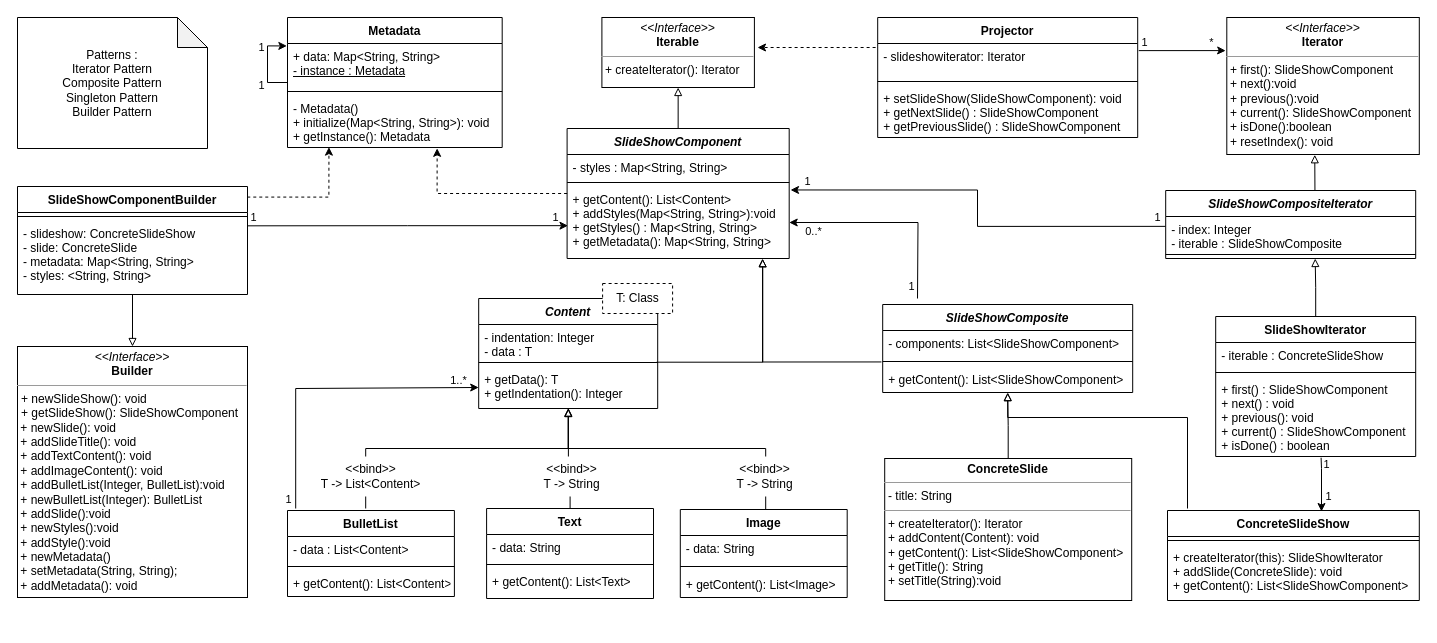
Before: Diagrams/NewDesign/Design without feature/DomainDesign.drawio in maartendekker1998/OU_jabberpoint, a draw.io diagram. Source tidied: cells renumbered, new cells numbered last; positions are measured from the earlier drawing's top-left corner, leaving out a move shared by most shapes. Both pictures are drawn from the tidied source at 100%, with x=0, y=0 at pixel (17, 17).
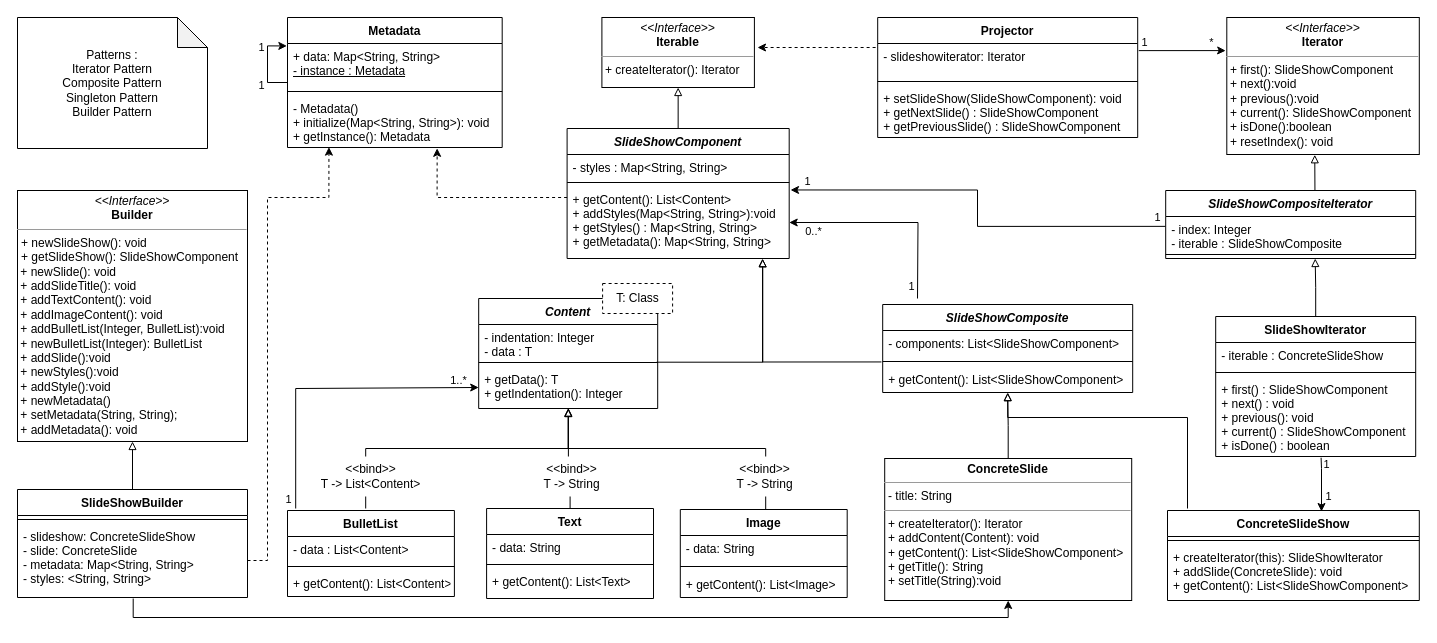
The same page after the edit.

The change refers to these unchanged cells:
```xml
<mxCell id="4" value="SlideShowComponent" style="swimlane;fontStyle=3;align=center;verticalAlign=top;horizontal=1;startSize=26;" parent="1" vertex="1">
  <mxGeometry x="549.6" y="111" width="222.1" height="130" as="geometry" />
</mxCell>
<mxCell id="7" value="+ getContent(): List&lt;Content&gt;&#10;+ addStyles(Map&lt;String, String&gt;):void&#10;+ getStyles() : Map&lt;String, String&gt;&#10;+ getMetadata(): Map&lt;String, String&gt;&#10;" style="text;strokeColor=none;fillColor=none;align=left;verticalAlign=top;spacingLeft=4;spacingRight=4;overflow=hidden;points=[[0,0.5],[1,0.5]];portConstraint=eastwest;" parent="4" vertex="1">
  <mxGeometry y="58" width="222.1" height="72" as="geometry" />
</mxCell>
<mxCell id="11" value="- Metadata()&#10;+ initialize(Map&lt;String, String&gt;): void&#10;+ getInstance(): Metadata" style="text;strokeColor=none;fillColor=none;align=left;verticalAlign=top;spacingLeft=4;spacingRight=4;overflow=hidden;points=[[0,0.5],[1,0.5]];portConstraint=eastwest;" parent="8" vertex="1">
  <mxGeometry y="78" width="214.7" height="52" as="geometry" />
</mxCell>
<mxCell id="82" value="&lt;p style=&quot;margin:0px;margin-top:4px;text-align:center;&quot;&gt;&lt;b&gt;ConcreteSlide&lt;/b&gt;&lt;/p&gt;&lt;hr size=&quot;1&quot;&gt;&lt;p style=&quot;margin:0px;margin-left:4px;&quot;&gt;- title: String&lt;/p&gt;&lt;hr size=&quot;1&quot;&gt;&lt;p style=&quot;margin: 0px 0px 0px 4px;&quot;&gt;+ createIterator(): Iterator&lt;/p&gt;&lt;p style=&quot;margin:0px;margin-left:4px;&quot;&gt;+ addContent(Content): void&lt;/p&gt;&lt;p style=&quot;margin:0px;margin-left:4px;&quot;&gt;+ getContent(): List&amp;lt;SlideShowComponent&amp;gt;&lt;br&gt;&lt;/p&gt;&lt;p style=&quot;margin:0px;margin-left:4px;&quot;&gt;&lt;span style=&quot;background-color: initial;&quot;&gt;+ getTitle(): String&lt;/span&gt;&lt;br&gt;&lt;/p&gt;&lt;p style=&quot;margin:0px;margin-left:4px;&quot;&gt;&lt;span style=&quot;background-color: initial;&quot;&gt;+ setTitle(String):void&lt;/span&gt;&lt;/p&gt;" style="verticalAlign=top;align=left;overflow=fill;fontSize=12;fontFamily=Helvetica;html=1;strokeColor=default;fillColor=default;" parent="1" vertex="1">
  <mxGeometry x="867.2" y="441" width="247" height="142" as="geometry" />
</mxCell>
```

The edit, as a diff of the source:
```diff
@@
     <mxCell id="3" style="edgeStyle=orthogonalEdgeStyle;rounded=0;jettySize=auto;html=1;entryX=0.697;entryY=1.016;entryDx=0;entryDy=0;entryPerimeter=0;dashed=1;endArrow=classic;endFill=1;" parent="1" edge="1" source="4" target="11">
-      <mxGeometry relative="1" as="geometry" />
+      <mxGeometry relative="1" as="geometry">
+        <Array as="points">
+          <mxPoint x="420" y="180" />
+        </Array>
+      </mxGeometry>
     </mxCell>
@@
     <mxCell id="60" value="&lt;p style=&quot;margin:0px;margin-top:4px;text-align:center;&quot;&gt;&lt;i&gt;&amp;lt;&amp;lt;Interface&amp;gt;&amp;gt;&lt;/i&gt;&lt;br&gt;&lt;b&gt;Builder&lt;/b&gt;&lt;/p&gt;&lt;hr size=&quot;1&quot;&gt;&lt;p style=&quot;margin:0px;margin-left:4px;&quot;&gt;+ newSlideShow(): void&lt;/p&gt;&lt;p style=&quot;margin: 0px 0px 0px 4px;&quot;&gt;+ getSlideShow(): SlideShowComponent&lt;br&gt;&lt;/p&gt;&lt;div&gt;&amp;nbsp;+ newSlide(): void&lt;/div&gt;&lt;div&gt;&amp;nbsp;+ addSlideTitle(): void&lt;/div&gt;&lt;div&gt;&amp;nbsp;+ addTextContent(): void&lt;/div&gt;&lt;div&gt;&amp;nbsp;+ addImageContent(): void&lt;/div&gt;&lt;div&gt;&amp;nbsp;+ addBulletList(Integer, BulletList):void&lt;/div&gt;&lt;div&gt;&lt;span style=&quot;background-color: initial;&quot;&gt;&amp;nbsp;+ newBulletList(Integer): BulletList&lt;/span&gt;&lt;span style=&quot;background-color: initial;&quot;&gt;&amp;nbsp;&lt;/span&gt;&lt;/div&gt;&lt;div&gt;&lt;span style=&quot;background-color: initial;&quot;&gt;&amp;nbsp;+ addSlide():void&lt;/span&gt;&lt;br&gt;&lt;/div&gt;&lt;div&gt;&amp;nbsp;+ newStyles():void&lt;/div&gt;&lt;div&gt;&amp;nbsp;+ addStyle():void&lt;/div&gt;&lt;div&gt;&amp;nbsp;+ newMetadata()&lt;/div&gt;&lt;div&gt;&amp;nbsp;+ setMetadata(String, String);&lt;/div&gt;&lt;div&gt;&amp;nbsp;+ addMetadata(): void&lt;/div&gt;" style="verticalAlign=top;align=left;overflow=fill;fontSize=12;fontFamily=Helvetica;html=1;" parent="1" vertex="1">
-      <mxGeometry y="329" width="230" height="251" as="geometry" />
+      <mxGeometry y="173" width="230" height="251" as="geometry" />
     </mxCell>
-    <mxCell id="61" style="edgeStyle=orthogonalEdgeStyle;rounded=0;jettySize=auto;html=1;entryX=0.193;entryY=0.993;entryDx=0;entryDy=0;entryPerimeter=0;dashed=1;endArrow=classic;endFill=1;exitX=0.999;exitY=0.098;exitDx=0;exitDy=0;exitPerimeter=0;" parent="1" edge="1" source="63" target="11">
-      <mxGeometry relative="1" as="geometry" />
+    <mxCell id="61" style="edgeStyle=orthogonalEdgeStyle;rounded=0;jettySize=auto;html=1;entryX=0.193;entryY=0.993;entryDx=0;entryDy=0;entryPerimeter=0;dashed=1;endArrow=classic;endFill=1;exitX=1;exitY=0.5;exitDx=0;exitDy=0;" parent="1" edge="1" source="65" target="11">
+      <mxGeometry relative="1" as="geometry">
+        <Array as="points">
+          <mxPoint x="250" y="543" />
+          <mxPoint x="250" y="180" />
+          <mxPoint x="311" y="180" />
+        </Array>
+      </mxGeometry>
     </mxCell>
-    <mxCell id="62" style="edgeStyle=orthogonalEdgeStyle;rounded=0;jettySize=auto;html=1;entryX=0.5;entryY=0;entryDx=0;entryDy=0;endArrow=block;endFill=0;" parent="1" edge="1" source="63" target="60">
-      <mxGeometry relative="1" as="geometry" />
-    </mxCell>
-    <mxCell id="63" value="SlideShowComponentBuilder" style="swimlane;fontStyle=1;align=center;verticalAlign=top;horizontal=1;startSize=26;" parent="1" vertex="1">
-      <mxGeometry y="169" width="230" height="108" as="geometry" />
-    </mxCell>
-    <mxCell id="64" style="line;strokeWidth=1;fillColor=none;align=left;verticalAlign=middle;spacingTop=-1;spacingLeft=3;spacingRight=3;labelPosition=right;strokeColor=inherit;" parent="63" vertex="1">
-      <mxGeometry y="26" width="230" height="8" as="geometry" />
-    </mxCell>
-    <mxCell id="65" value="- slideshow: ConcreteSlideShow&#10;- slide: ConcreteSlide&#10;- metadata: Map&lt;String, String&gt;&#10;- styles: &lt;String, String&gt;" style="text;strokeColor=none;fillColor=none;align=left;verticalAlign=top;spacingLeft=4;spacingRight=4;overflow=hidden;points=[[0,0.5],[1,0.5]];portConstraint=eastwest;" parent="63" vertex="1">
-      <mxGeometry y="34" width="230" height="74" as="geometry" />
-    </mxCell>
-    <mxCell id="66" style="edgeStyle=orthogonalEdgeStyle;rounded=0;jettySize=auto;html=1;endArrow=none;endFill=0;startArrow=classic;startFill=1;exitX=0.004;exitY=0.544;exitDx=0;exitDy=0;exitPerimeter=0;entryX=1.001;entryY=0.072;entryDx=0;entryDy=0;entryPerimeter=0;" parent="1" edge="1" source="7" target="65">
-      <mxGeometry relative="1" as="geometry" />
-    </mxCell>
-    <mxCell id="67" value="1" style="edgeLabel;html=1;align=center;verticalAlign=middle;" parent="66" vertex="1">
-      <mxGeometry x="0.26" y="-1" relative="1" as="geometry">
-        <mxPoint x="-113" y="-8" as="offset" />
-      </mxGeometry>
-    </mxCell>
-    <mxCell id="68" value="1" style="edgeLabel;html=1;align=center;verticalAlign=middle;" parent="66" vertex="1">
-      <mxGeometry x="-0.81" y="-3" relative="1" as="geometry">
-        <mxPoint x="17" y="-6" as="offset" />
-      </mxGeometry>
-    </mxCell>
@@
+    <mxCell id="91" style="edgeStyle=orthogonalEdgeStyle;rounded=0;jettySize=auto;html=1;endArrow=block;endFill=0;exitX=0.5;exitY=0;exitDx=0;exitDy=0;" parent="1" edge="1" source="93" target="60">
+      <mxGeometry relative="1" as="geometry" />
+    </mxCell>
+    <mxCell id="92" style="edgeStyle=orthogonalEdgeStyle;rounded=0;jettySize=auto;html=1;entryX=0.5;entryY=1;entryDx=0;entryDy=0;exitX=0.503;exitY=1.014;exitDx=0;exitDy=0;exitPerimeter=0;" parent="1" edge="1" source="65" target="82">
+      <mxGeometry relative="1" as="geometry" />
+    </mxCell>
+    <mxCell id="93" value="SlideShowBuilder" style="swimlane;fontStyle=1;align=center;verticalAlign=top;horizontal=1;startSize=26;" parent="1" vertex="1">
+      <mxGeometry y="472" width="230" height="108" as="geometry" />
+    </mxCell>
+    <mxCell id="64" style="line;strokeWidth=1;fillColor=none;align=left;verticalAlign=middle;spacingTop=-1;spacingLeft=3;spacingRight=3;labelPosition=right;strokeColor=inherit;" parent="93" vertex="1">
+      <mxGeometry y="26" width="230" height="8" as="geometry" />
+    </mxCell>
+    <mxCell id="65" value="- slideshow: ConcreteSlideShow&#10;- slide: ConcreteSlide&#10;- metadata: Map&lt;String, String&gt;&#10;- styles: &lt;String, String&gt;" style="text;strokeColor=none;fillColor=none;align=left;verticalAlign=top;spacingLeft=4;spacingRight=4;overflow=hidden;points=[[0,0.5],[1,0.5]];portConstraint=eastwest;" parent="93" vertex="1">
+      <mxGeometry y="34" width="230" height="74" as="geometry" />
+    </mxCell>
```
